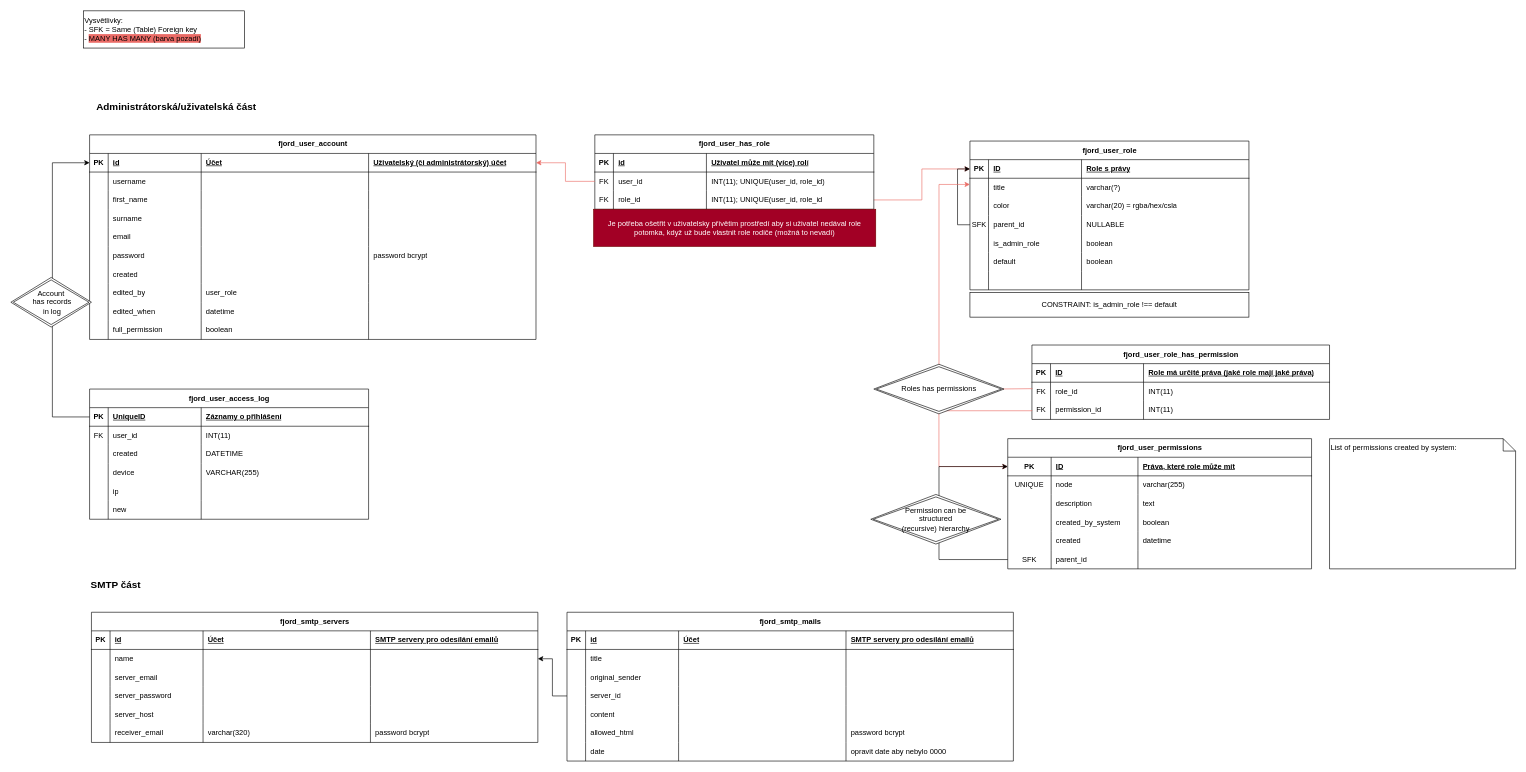
The draw.io diagram diagrams/drawio/er-model.drawio in MilanTuryna/fjord-cms, before the edit. Source tidied: cells renumbered, new cells numbered last; positions are measured from the earlier drawing's top-left corner, leaving out a move shared by most shapes. Both pictures are drawn from the tidied source at 62%, with x=0, y=0 at pixel (11, 11).
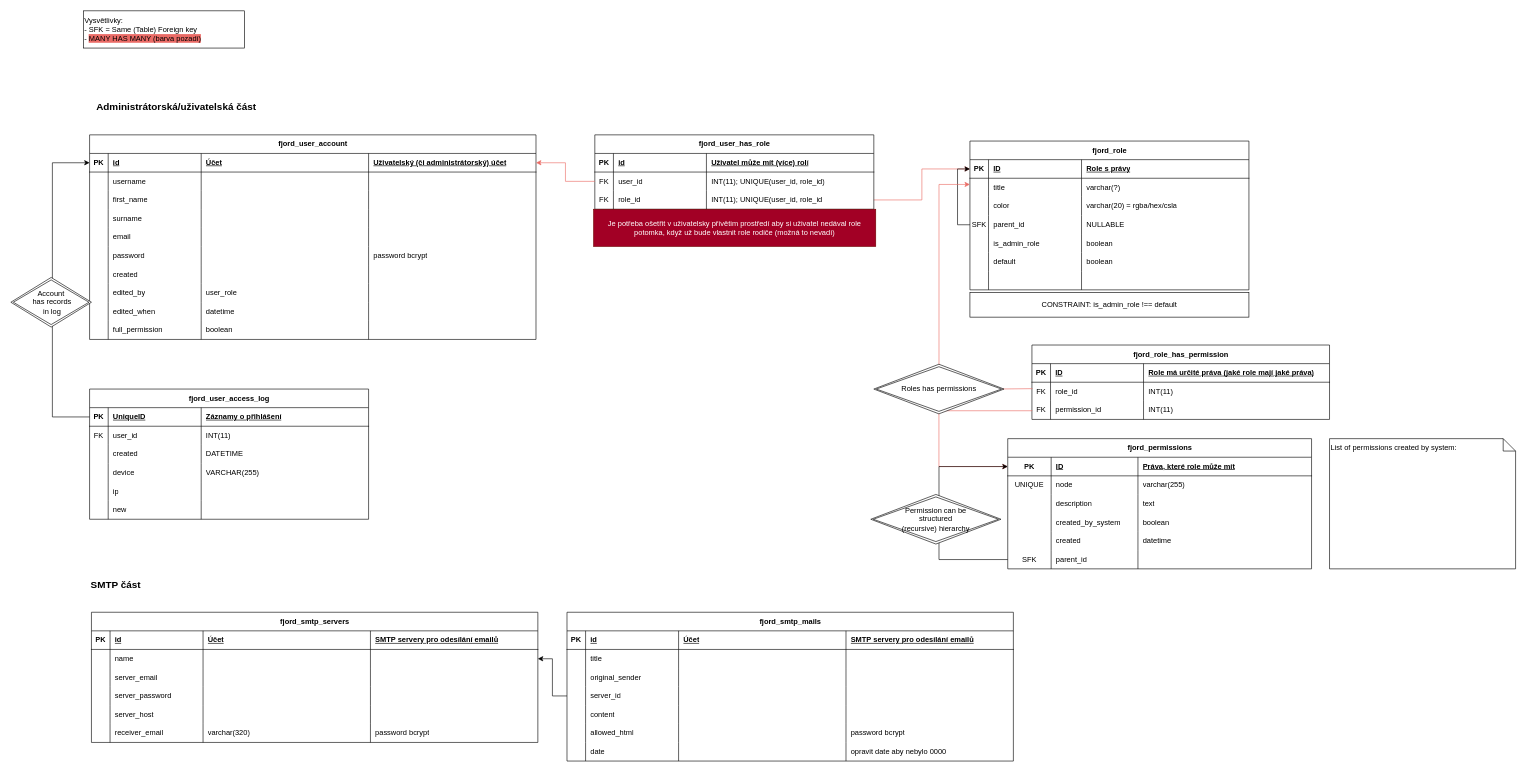
The same diagram, later.

The change refers to these unchanged cells:
```xml
<mxCell id="81" style="group;" parent="1" vertex="1">
  <mxGeometry x="1546.9" y="210" width="450" height="275" as="geometry" />
</mxCell>
```

Diff of the diagram source:
```diff
@@
-    <mxCell id="82" value="fjord_user_role" style="shape=table;startSize=30;childLayout=tableLayout;rowLines=0;fontStyle=1;align=center;html=1;" parent="81" vertex="1">
+    <mxCell id="82" value="fjord_role" style="shape=table;startSize=30;childLayout=tableLayout;rowLines=0;fontStyle=1;align=center;html=1;" parent="81" vertex="1">
       <mxGeometry width="450" height="240" as="geometry" />
     </mxCell>
@@
-    <mxCell id="113" value="fjord_user_permissions" style="shape=table;startSize=30;childLayout=tableLayout;rowLines=0;fontStyle=1;align=center;html=1;" parent="1" vertex="1">
+    <mxCell id="113" value="fjord_permissions" style="shape=table;startSize=30;childLayout=tableLayout;rowLines=0;fontStyle=1;align=center;html=1;" parent="1" vertex="1">
       <mxGeometry x="1607.9" y="690" width="490" height="210" as="geometry" />
     </mxCell>
@@
-    <mxCell id="138" value="fjord_user_role_has_permission" style="shape=table;startSize=30;childLayout=tableLayout;rowLines=0;fontStyle=1;align=center;html=1;" parent="1" vertex="1">
+    <mxCell id="138" value="fjord_role_has_permission" style="shape=table;startSize=30;childLayout=tableLayout;rowLines=0;fontStyle=1;align=center;html=1;" parent="1" vertex="1">
       <mxGeometry x="1646.9" y="539" width="480" height="120" as="geometry" />
     </mxCell>
```
